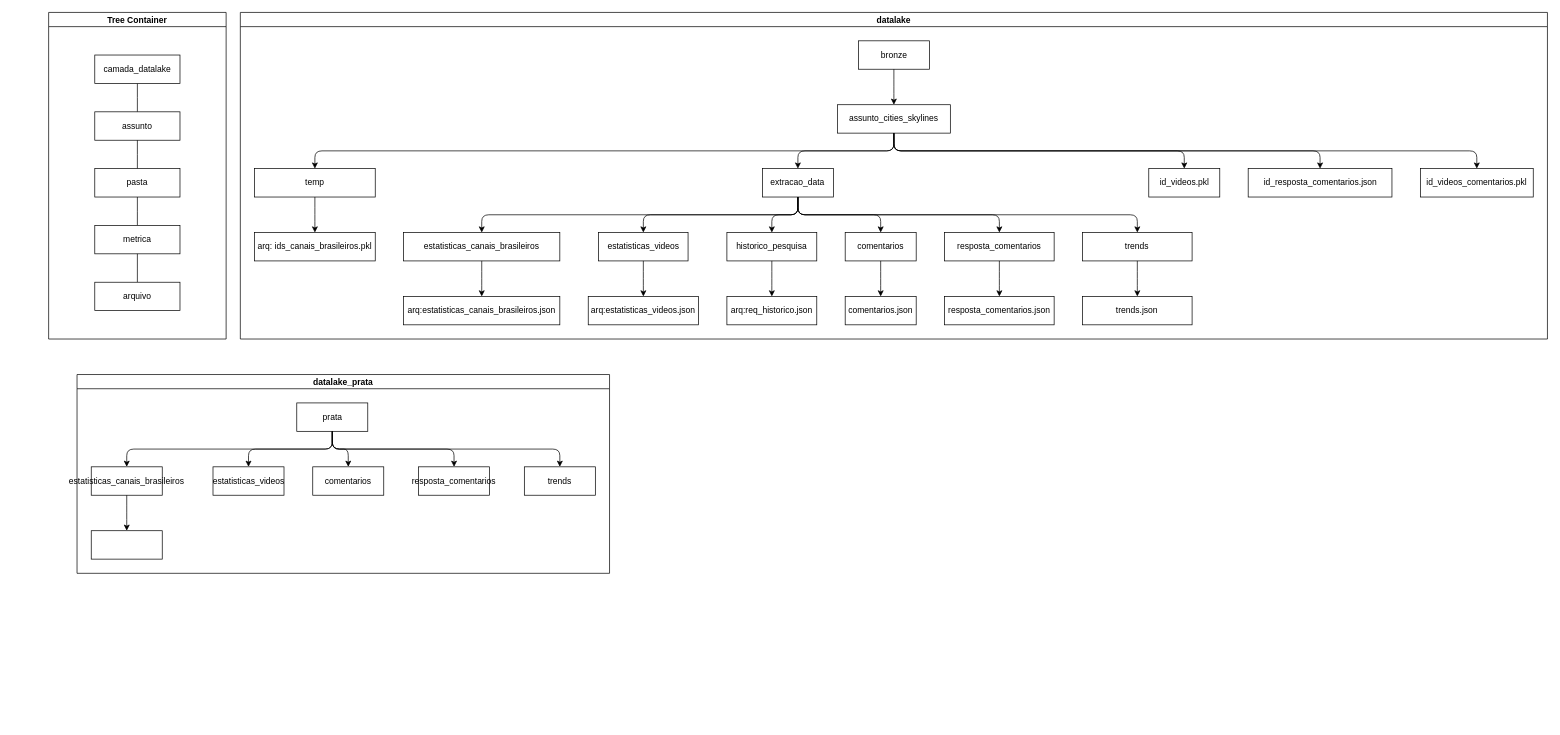
The draw.io diagram docs/diagrama_datalake_corrigido.drawio in rodrigorocha1/analise_dados_youtube_segunda_versao, before the edit. Source tidied: cells renumbered, new cells numbered last; positions are measured from the earlier drawing's top-left corner, leaving out a move shared by most shapes. Both pictures are drawn from the tidied source at 71%, with x=0, y=0 at pixel (48, 12).
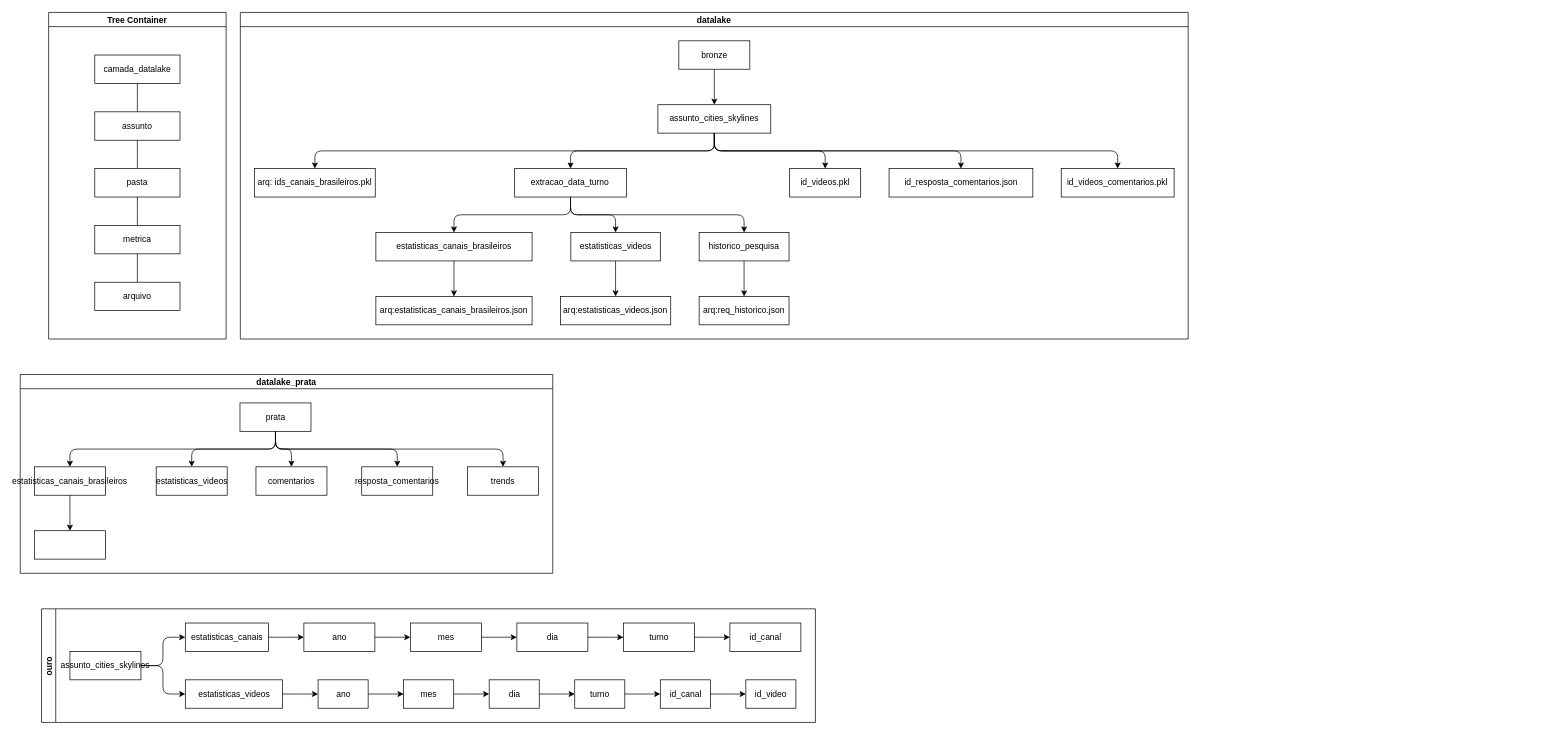
Above is the later version.

Change to the diagram source:
```diff
@@
     <mxCell id="2" value="datalake" style="swimlane;startSize=20;horizontal=1;horizontalTree=0;sortEdges=1;containerType=tree;fontSize=12;" parent="1" vertex="1">
-      <mxGeometry x="270" width="1841" height="460" as="geometry" />
+      <mxGeometry x="270" width="1335" height="460" as="geometry" />
     </mxCell>
     <mxCell id="3" value="bronze" style="whiteSpace=wrap;html=1;" parent="2" vertex="1">
-      <mxGeometry x="870.5" y="40" width="100" height="40" as="geometry" />
+      <mxGeometry x="617.6" y="40" width="100" height="40" as="geometry" />
     </mxCell>
     <mxCell id="4" value="assunto_cities_skylines" style="whiteSpace=wrap;html=1;" parent="2" vertex="1">
-      <mxGeometry x="841" y="130" width="159" height="40" as="geometry" />
+      <mxGeometry x="588.1" y="130" width="159" height="40" as="geometry" />
     </mxCell>
@@
-    <mxCell id="7" value="temp" style="whiteSpace=wrap;html=1;" parent="2" vertex="1">
+    <mxCell id="7" value="arq: ids_canais_brasileiros.pkl" style="whiteSpace=wrap;html=1;" parent="2" vertex="1">
       <mxGeometry x="20" y="220" width="170" height="40" as="geometry" />
     </mxCell>
@@
-    <mxCell id="9" value="extracao_data" style="whiteSpace=wrap;html=1;" parent="2" vertex="1">
-      <mxGeometry x="735.3" y="220" width="100" height="40" as="geometry" />
+    <mxCell id="9" value="extracao_data_turno" style="whiteSpace=wrap;html=1;" parent="2" vertex="1">
+      <mxGeometry x="386.4" y="220" width="157.3" height="40" as="geometry" />
     </mxCell>
@@
     <mxCell id="11" value="estatisticas_canais_brasileiros" style="whiteSpace=wrap;html=1;" parent="2" vertex="1">
-      <mxGeometry x="230" y="310" width="220" height="40" as="geometry" />
+      <mxGeometry x="190.9" y="310" width="220" height="40" as="geometry" />
     </mxCell>
@@
     <mxCell id="13" value="estatisticas_videos" style="whiteSpace=wrap;html=1;" parent="2" vertex="1">
-      <mxGeometry x="504.6" y="310" width="126" height="40" as="geometry" />
+      <mxGeometry x="465.5" y="310" width="126" height="40" as="geometry" />
     </mxCell>
@@
     <mxCell id="15" value="id_videos.pkl" style="whiteSpace=wrap;html=1;" parent="2" vertex="1">
-      <mxGeometry x="1279.5" y="220" width="100" height="40" as="geometry" />
+      <mxGeometry x="773.7" y="220" width="100" height="40" as="geometry" />
     </mxCell>
@@
     <mxCell id="17" value="historico_pesquisa" style="whiteSpace=wrap;html=1;" parent="2" vertex="1">
-      <mxGeometry x="685.3" y="310" width="126.6" height="40" as="geometry" />
+      <mxGeometry x="646.2" y="310" width="126.6" height="40" as="geometry" />
     </mxCell>
@@
     <mxCell id="19" value="arq:req_historico.json" style="whiteSpace=wrap;html=1;" parent="2" vertex="1">
-      <mxGeometry x="685.3" y="400" width="126.6" height="40" as="geometry" />
+      <mxGeometry x="646.2" y="400" width="126.6" height="40" as="geometry" />
     </mxCell>
@@
     <mxCell id="21" value="arq:estatisticas_videos.json" style="whiteSpace=wrap;html=1;" parent="2" vertex="1">
-      <mxGeometry x="490" y="400" width="155.3" height="40" as="geometry" />
+      <mxGeometry x="450.9" y="400" width="155.3" height="40" as="geometry" />
     </mxCell>
@@
     <mxCell id="23" value="arq:estatisticas_canais_brasileiros.json" style="whiteSpace=wrap;html=1;" parent="2" vertex="1">
-      <mxGeometry x="230" y="400" width="220" height="40" as="geometry" />
+      <mxGeometry x="190.9" y="400" width="220" height="40" as="geometry" />
     </mxCell>
-    <mxCell id="24" style="edgeStyle=elbowEdgeStyle;elbow=vertical;html=1;rounded=1;curved=0;sourcePerimeterSpacing=0;targetPerimeterSpacing=0;startSize=6;endSize=6;" parent="2" edge="1" source="9" target="25">
-      <mxGeometry relative="1" as="geometry" />
-    </mxCell>
-    <mxCell id="25" value="comentarios" style="whiteSpace=wrap;html=1;" parent="2" vertex="1">
-      <mxGeometry x="851.9" y="310" width="100" height="40" as="geometry" />
-    </mxCell>
-    <mxCell id="26" style="edgeStyle=elbowEdgeStyle;elbow=vertical;html=1;rounded=1;curved=0;sourcePerimeterSpacing=0;targetPerimeterSpacing=0;startSize=6;endSize=6;" parent="2" edge="1" source="25" target="27">
-      <mxGeometry relative="1" as="geometry" />
-    </mxCell>
-    <mxCell id="27" value="comentarios.json" style="whiteSpace=wrap;html=1;" parent="2" vertex="1">
-      <mxGeometry x="851.9" y="400" width="100" height="40" as="geometry" />
-    </mxCell>
@@
     <mxCell id="29" value="id_resposta_comentarios.json" style="whiteSpace=wrap;html=1;" parent="2" vertex="1">
-      <mxGeometry x="1419.5" y="220" width="202.5" height="40" as="geometry" />
+      <mxGeometry x="913.7" y="220" width="202.5" height="40" as="geometry" />
     </mxCell>
-    <mxCell id="30" style="edgeStyle=elbowEdgeStyle;elbow=vertical;html=1;rounded=1;curved=0;sourcePerimeterSpacing=0;targetPerimeterSpacing=0;startSize=6;endSize=6;" parent="2" edge="1" source="9" target="31">
-      <mxGeometry relative="1" as="geometry" />
-    </mxCell>
-    <mxCell id="31" value="resposta_comentarios" style="whiteSpace=wrap;html=1;" parent="2" vertex="1">
-      <mxGeometry x="991.9" y="310" width="154.3" height="40" as="geometry" />
-    </mxCell>
-    <mxCell id="32" style="edgeStyle=elbowEdgeStyle;elbow=vertical;html=1;rounded=1;curved=0;sourcePerimeterSpacing=0;targetPerimeterSpacing=0;startSize=6;endSize=6;" parent="2" edge="1" source="31" target="33">
-      <mxGeometry relative="1" as="geometry" />
-    </mxCell>
-    <mxCell id="33" value="resposta_comentarios.json" style="whiteSpace=wrap;html=1;" parent="2" vertex="1">
-      <mxGeometry x="991.9" y="400" width="154.3" height="40" as="geometry" />
-    </mxCell>
-    <mxCell id="34" style="edgeStyle=elbowEdgeStyle;elbow=vertical;html=1;rounded=1;curved=0;sourcePerimeterSpacing=0;targetPerimeterSpacing=0;startSize=6;endSize=6;" parent="2" edge="1" source="9" target="35">
-      <mxGeometry relative="1" as="geometry" />
-    </mxCell>
-    <mxCell id="35" value="trends" style="whiteSpace=wrap;html=1;" parent="2" vertex="1">
-      <mxGeometry x="1186.2" y="310" width="154.3" height="40" as="geometry" />
-    </mxCell>
-    <mxCell id="36" style="edgeStyle=elbowEdgeStyle;elbow=vertical;html=1;rounded=1;curved=0;sourcePerimeterSpacing=0;targetPerimeterSpacing=0;startSize=6;endSize=6;" parent="2" edge="1" source="35" target="37">
-      <mxGeometry relative="1" as="geometry" />
-    </mxCell>
-    <mxCell id="37" value="trends.json" style="whiteSpace=wrap;html=1;" parent="2" vertex="1">
-      <mxGeometry x="1186.2" y="400" width="154.3" height="40" as="geometry" />
-    </mxCell>
-    <mxCell id="38" style="edgeStyle=elbowEdgeStyle;elbow=vertical;html=1;rounded=1;curved=0;sourcePerimeterSpacing=0;targetPerimeterSpacing=0;startSize=6;endSize=6;" parent="2" edge="1" source="7" target="39">
-      <mxGeometry relative="1" as="geometry" />
-    </mxCell>
-    <mxCell id="39" value="arq: ids_canais_brasileiros.pkl" style="whiteSpace=wrap;html=1;" parent="2" vertex="1">
-      <mxGeometry x="20" y="310" width="170" height="40" as="geometry" />
-    </mxCell>
@@
     <mxCell id="41" value="id_videos_comentarios.pkl" style="whiteSpace=wrap;html=1;" parent="2" vertex="1">
-      <mxGeometry x="1662" y="220" width="159" height="40" as="geometry" />
+      <mxGeometry x="1156.2" y="220" width="159" height="40" as="geometry" />
     </mxCell>
     <mxCell id="42" value="datalake_prata" style="swimlane;startSize=20;horizontal=1;horizontalTree=0;sortEdges=1;containerType=tree;fontSize=12;" parent="1" vertex="1">
-      <mxGeometry x="40" y="510" width="750" height="280" as="geometry" />
+      <mxGeometry x="-40" y="510" width="750" height="280" as="geometry" />
     </mxCell>
@@
+    <mxCell id="66" value="ouro" style="swimlane;startSize=20;horizontal=0;horizontalTree=1;sortEdges=1;containerType=tree;fontSize=12;" parent="1" vertex="1">
+      <mxGeometry x="-10" y="840" width="1090" height="160" as="geometry" />
+    </mxCell>
+    <mxCell id="67" value="assunto_cities_skylines" style="whiteSpace=wrap;html=1;" parent="66" vertex="1">
+      <mxGeometry x="40" y="60" width="100" height="40" as="geometry" />
+    </mxCell>
+    <mxCell id="68" value="estatisticas_canais" style="whiteSpace=wrap;html=1;" parent="66" vertex="1">
+      <mxGeometry x="202.5" y="20" width="117" height="40" as="geometry" />
+    </mxCell>
+    <mxCell id="69" style="edgeStyle=elbowEdgeStyle;elbow=horizontal;html=1;rounded=1;curved=0;sourcePerimeterSpacing=0;targetPerimeterSpacing=0;startSize=6;endSize=6;" parent="66" edge="1" source="67" target="68">
+      <mxGeometry relative="1" as="geometry" />
+    </mxCell>
+    <mxCell id="70" value="estatisticas_videos" style="whiteSpace=wrap;html=1;" parent="66" vertex="1">
+      <mxGeometry x="202.5" y="100" width="137" height="40" as="geometry" />
+    </mxCell>
+    <mxCell id="71" style="edgeStyle=elbowEdgeStyle;elbow=horizontal;html=1;rounded=1;curved=0;sourcePerimeterSpacing=0;targetPerimeterSpacing=0;startSize=6;endSize=6;" parent="66" edge="1" source="67" target="70">
+      <mxGeometry relative="1" as="geometry" />
+    </mxCell>
+    <mxCell id="72" style="edgeStyle=elbowEdgeStyle;elbow=horizontal;html=1;rounded=1;curved=0;sourcePerimeterSpacing=0;targetPerimeterSpacing=0;startSize=6;endSize=6;" parent="66" edge="1" source="68" target="73">
+      <mxGeometry relative="1" as="geometry" />
+    </mxCell>
+    <mxCell id="73" value="ano" style="whiteSpace=wrap;html=1;" parent="66" vertex="1">
+      <mxGeometry x="369.5" y="20" width="100" height="40" as="geometry" />
+    </mxCell>
+    <mxCell id="74" style="edgeStyle=elbowEdgeStyle;elbow=horizontal;html=1;rounded=1;curved=0;sourcePerimeterSpacing=0;targetPerimeterSpacing=0;startSize=6;endSize=6;" parent="66" edge="1" source="73" target="75">
+      <mxGeometry relative="1" as="geometry" />
+    </mxCell>
+    <mxCell id="75" value="mes" style="whiteSpace=wrap;html=1;" parent="66" vertex="1">
+      <mxGeometry x="519.5" y="20" width="100" height="40" as="geometry" />
+    </mxCell>
+    <mxCell id="76" style="edgeStyle=elbowEdgeStyle;elbow=horizontal;html=1;rounded=1;curved=0;sourcePerimeterSpacing=0;targetPerimeterSpacing=0;startSize=6;endSize=6;" parent="66" edge="1" source="75" target="77">
+      <mxGeometry relative="1" as="geometry" />
+    </mxCell>
+    <mxCell id="77" value="dia" style="whiteSpace=wrap;html=1;" parent="66" vertex="1">
+      <mxGeometry x="669.5" y="20" width="100" height="40" as="geometry" />
+    </mxCell>
+    <mxCell id="78" style="edgeStyle=elbowEdgeStyle;elbow=horizontal;html=1;rounded=1;curved=0;sourcePerimeterSpacing=0;targetPerimeterSpacing=0;startSize=6;endSize=6;" parent="66" edge="1" source="77" target="79">
+      <mxGeometry relative="1" as="geometry" />
+    </mxCell>
+    <mxCell id="79" value="turno" style="whiteSpace=wrap;html=1;" parent="66" vertex="1">
+      <mxGeometry x="819.5" y="20" width="100" height="40" as="geometry" />
+    </mxCell>
+    <mxCell id="80" style="edgeStyle=elbowEdgeStyle;elbow=horizontal;html=1;rounded=1;curved=0;sourcePerimeterSpacing=0;targetPerimeterSpacing=0;startSize=6;endSize=6;" parent="66" edge="1" source="79" target="81">
+      <mxGeometry relative="1" as="geometry" />
+    </mxCell>
+    <mxCell id="81" value="id_canal" style="whiteSpace=wrap;html=1;" parent="66" vertex="1">
+      <mxGeometry x="969.5" y="20" width="100" height="40" as="geometry" />
+    </mxCell>
+    <mxCell id="82" style="edgeStyle=elbowEdgeStyle;elbow=horizontal;html=1;rounded=1;curved=0;sourcePerimeterSpacing=0;targetPerimeterSpacing=0;startSize=6;endSize=6;" parent="66" edge="1" source="70" target="83">
+      <mxGeometry relative="1" as="geometry" />
+    </mxCell>
+    <mxCell id="83" value="ano" style="whiteSpace=wrap;html=1;" parent="66" vertex="1">
+      <mxGeometry x="389.5" y="100" width="70.5" height="40" as="geometry" />
+    </mxCell>
+    <mxCell id="84" style="edgeStyle=elbowEdgeStyle;elbow=horizontal;html=1;rounded=1;curved=0;sourcePerimeterSpacing=0;targetPerimeterSpacing=0;startSize=6;endSize=6;" parent="66" edge="1" source="83" target="85">
+      <mxGeometry relative="1" as="geometry" />
+    </mxCell>
+    <mxCell id="85" value="mes" style="whiteSpace=wrap;html=1;" parent="66" vertex="1">
+      <mxGeometry x="510" y="100" width="70.5" height="40" as="geometry" />
+    </mxCell>
+    <mxCell id="86" style="edgeStyle=elbowEdgeStyle;elbow=horizontal;html=1;rounded=1;curved=0;sourcePerimeterSpacing=0;targetPerimeterSpacing=0;startSize=6;endSize=6;" parent="66" edge="1" source="85" target="87">
+      <mxGeometry relative="1" as="geometry" />
+    </mxCell>
+    <mxCell id="87" value="dia" style="whiteSpace=wrap;html=1;" parent="66" vertex="1">
+      <mxGeometry x="630.5" y="100" width="70.5" height="40" as="geometry" />
+    </mxCell>
+    <mxCell id="88" style="edgeStyle=elbowEdgeStyle;elbow=horizontal;html=1;rounded=1;curved=0;sourcePerimeterSpacing=0;targetPerimeterSpacing=0;startSize=6;endSize=6;" parent="66" edge="1" source="87" target="89">
+      <mxGeometry relative="1" as="geometry" />
+    </mxCell>
+    <mxCell id="89" value="turno" style="whiteSpace=wrap;html=1;" parent="66" vertex="1">
+      <mxGeometry x="751" y="100" width="70.5" height="40" as="geometry" />
+    </mxCell>
+    <mxCell id="90" style="edgeStyle=elbowEdgeStyle;elbow=horizontal;html=1;rounded=1;curved=0;sourcePerimeterSpacing=0;targetPerimeterSpacing=0;startSize=6;endSize=6;" parent="66" edge="1" source="89" target="91">
+      <mxGeometry relative="1" as="geometry" />
+    </mxCell>
+    <mxCell id="91" value="id_canal" style="whiteSpace=wrap;html=1;" parent="66" vertex="1">
+      <mxGeometry x="871.5" y="100" width="70.5" height="40" as="geometry" />
+    </mxCell>
+    <mxCell id="92" style="edgeStyle=elbowEdgeStyle;elbow=horizontal;html=1;rounded=1;curved=0;sourcePerimeterSpacing=0;targetPerimeterSpacing=0;startSize=6;endSize=6;" parent="66" edge="1" source="91" target="93">
+      <mxGeometry relative="1" as="geometry" />
+    </mxCell>
+    <mxCell id="93" value="id_video" style="whiteSpace=wrap;html=1;" parent="66" vertex="1">
+      <mxGeometry x="992" y="100" width="70.5" height="40" as="geometry" />
+    </mxCell>
```
